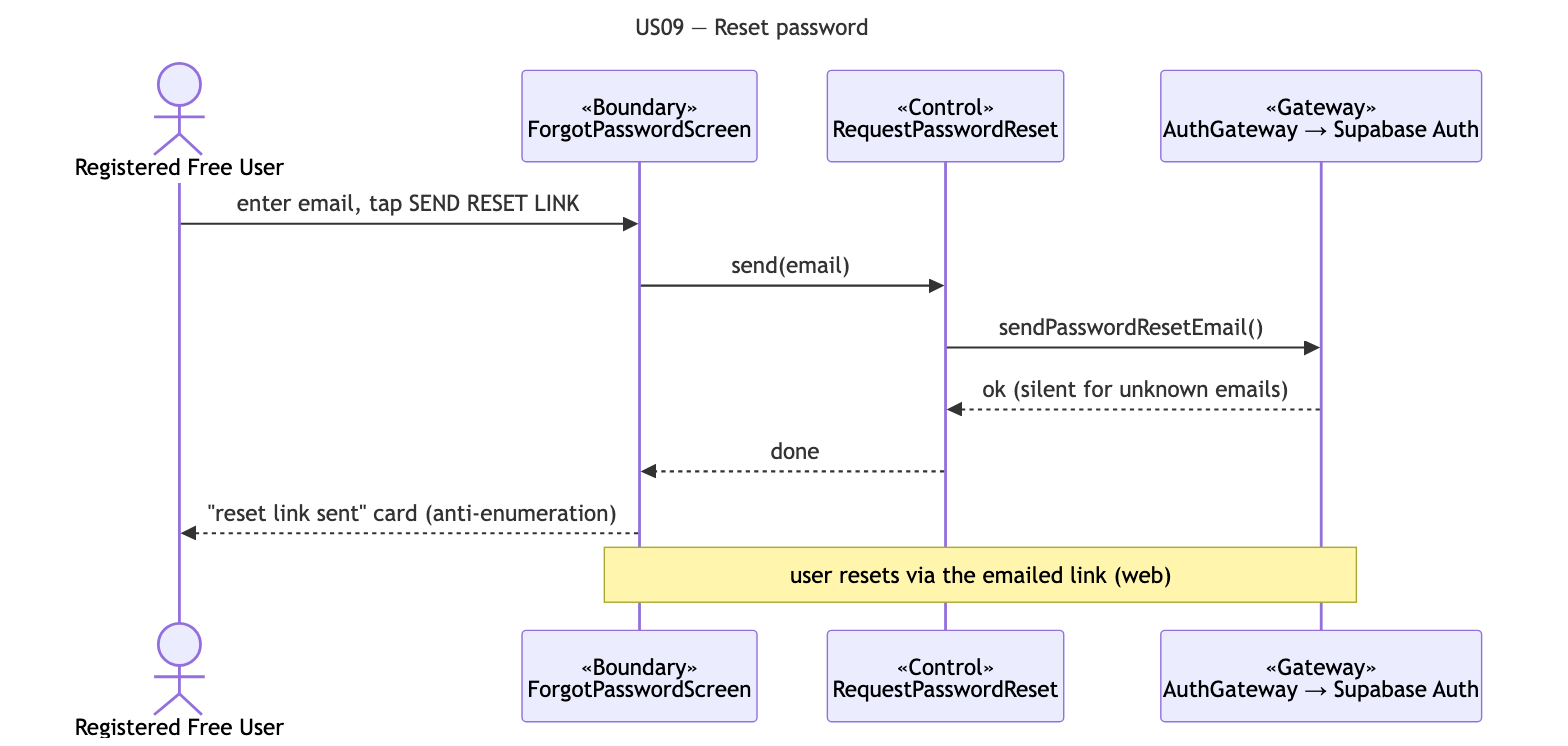
Before: docs/deliverables/sequence-diagrams/US09-reset-password.png, a diagram exported from Mermaid (cyuanjun/FYP-26-S2-37-app). Its source is kept beside it as docs/deliverables/sequence-diagrams/src/US09-reset-password.mmd. The source it was exported from:
```mermaid
---
title: "US09 — Reset password"
---
sequenceDiagram
  actor A as Registered Free User
  participant B as «Boundary»<br/>ForgotPasswordScreen
  participant C as «Control»<br/>RequestPasswordReset
  participant G as «Gateway»<br/>AuthGateway → Supabase Auth
  A->>B: enter email, tap SEND RESET LINK
  B->>C: send(email)
  C->>G: sendPasswordResetEmail()
  G-->>C: ok (silent for unknown emails)
  C-->>B: done
  B-->>A: "reset link sent" card (anti-enumeration)
  note over B,G: user resets via the emailed link (web)
```
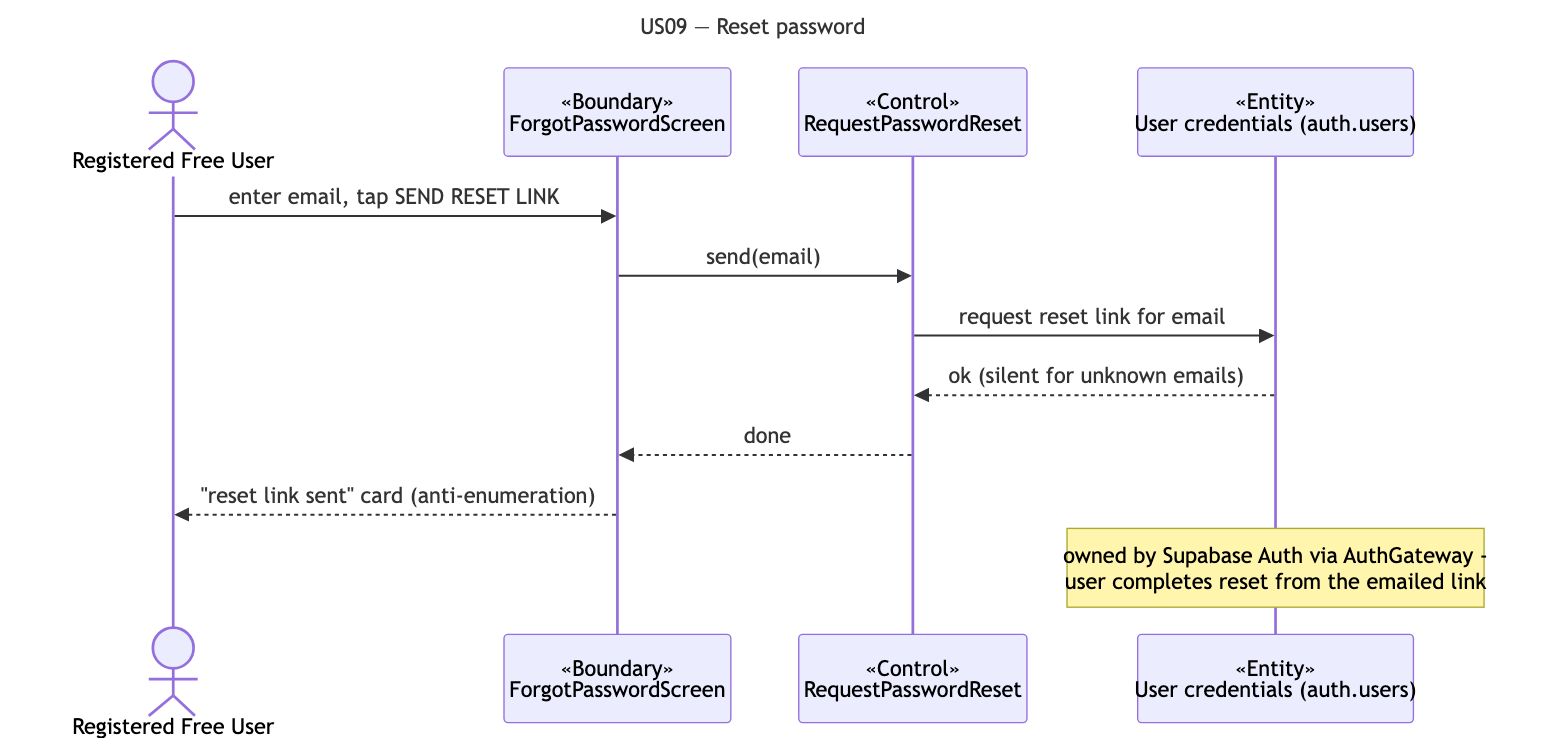
The same file after the commit.

Diff of the diagram source:
```diff
@@ -5,11 +5,11 @@
   actor A as Registered Free User
   participant B as «Boundary»<br/>ForgotPasswordScreen
   participant C as «Control»<br/>RequestPasswordReset
-  participant G as «Gateway»<br/>AuthGateway → Supabase Auth
+  participant E as «Entity»<br/>User credentials (auth.users)
   A->>B: enter email, tap SEND RESET LINK
   B->>C: send(email)
-  C->>G: sendPasswordResetEmail()
-  G-->>C: ok (silent for unknown emails)
+  C->>E: request reset link for email
+  E-->>C: ok (silent for unknown emails)
   C-->>B: done
   B-->>A: "reset link sent" card (anti-enumeration)
-  note over B,G: user resets via the emailed link (web)
+  note over E: owned by Supabase Auth via AuthGateway -<br/>user completes reset from the emailed link
```
